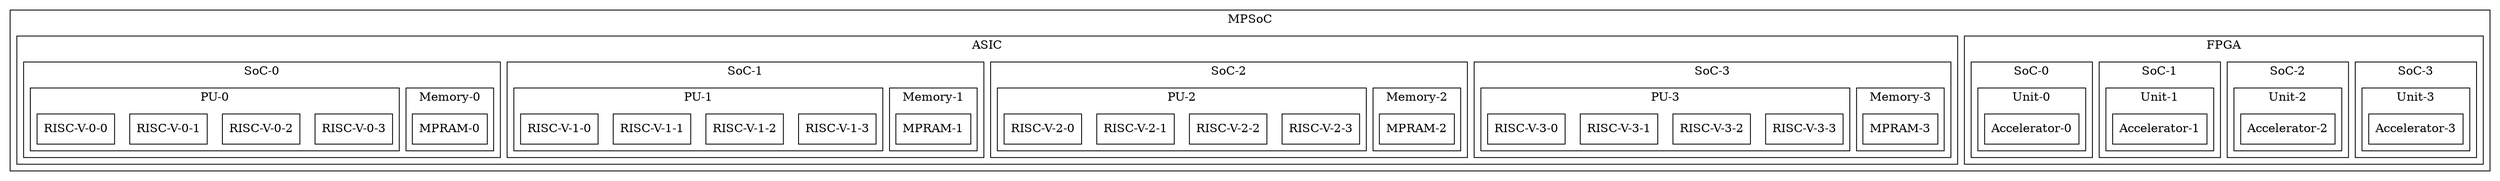
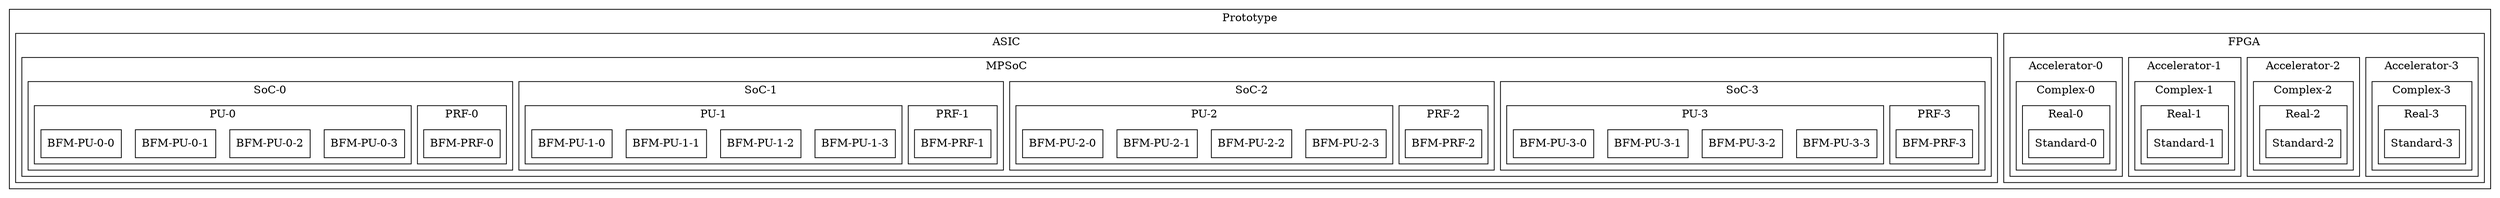
digraph Project {
  // Introduction
  graph [splines=ortho];
  node[shape=record];

  // Blocks
-   subgraph "cluster MPSoC" { label = "MPSoC";
+   subgraph "cluster Prototype" { label = "Prototype";
    subgraph "cluster FPGA" { label = "FPGA";
-       subgraph "cluster SoC3" { label = "SoC-3";
-         subgraph "cluster Unit3" {label = "Unit-3";
-           Accelerator3[shape=box, label="Accelerator-3"];
+       subgraph "cluster Accelerator3" { label = "Accelerator-3";
+         subgraph "cluster Complex3" {label = "Complex-3";
+           subgraph "cluster Real3" {label = "Real-3";
+             Standard3[shape=box, label="Standard-3"];
+           }
        }
      }
-       subgraph "cluster SoC2" { label = "SoC-2";
-         subgraph "cluster Unit2" {label = "Unit-2";
-           Accelerator2[shape=box, label="Accelerator-2"];
+       subgraph "cluster Accelerator2" { label = "Accelerator-2";
+         subgraph "cluster Complex2" {label = "Complex-2";
+           subgraph "cluster Real2" {label = "Real-2";
+             Standard2[shape=box, label="Standard-2"];
+           }
        }
      }
-       subgraph "cluster SoC1" { label = "SoC-1";
-         subgraph "cluster Unit1" {label = "Unit-1";
-           Accelerator1[shape=box, label="Accelerator-1"];
+       subgraph "cluster Accelerator1" { label = "Accelerator-1";
+         subgraph "cluster Complex1" {label = "Complex-1";
+           subgraph "cluster Real1" {label = "Real-1";
+             Standard1[shape=box, label="Standard-1"];
+           }
        }
      }
-       subgraph "cluster SoC0" { label = "SoC-0";
-         subgraph "cluster Unit0" {label = "Unit-0";
-           Accelerator0[shape=box, label="Accelerator-0"];
+       subgraph "cluster Accelerator0" { label = "Accelerator-0";
+         subgraph "cluster Complex0" {label = "Complex-0";
+           subgraph "cluster Real0" {label = "Real-0";
+             Standard0[shape=box, label="Standard-0"];
+           }
        }
      }
    }
    subgraph "cluster ASIC" { label = "ASIC";
-       subgraph "cluster SoC3" { label = "SoC-3";
-         subgraph "cluster Memory3" {label = "Memory-3";
-           MPRAM3[shape=box, label="MPRAM-3"];
+       subgraph "cluster MPSoC" { label = "MPSoC";
+         subgraph "cluster SoC3" { label = "SoC-3";
+           subgraph "cluster PRF3" {label = "PRF-3";
+             BFM_PRF3[shape=box, label="BFM-PRF-3"];
+           }
+           subgraph "cluster PU3" { label = "PU-3";
+             BFM_PU33[shape=box, label="BFM-PU-3-3"];
+             BFM_PU32[shape=box, label="BFM-PU-3-2"];
+             BFM_PU31[shape=box, label="BFM-PU-3-1"];
+             BFM_PU30[shape=box, label="BFM-PU-3-0"];
+           }
        }
-         subgraph "cluster PU3" { label = "PU-3";
-           RISCV33[shape=box, label="RISC-V-3-3"];
-           RISCV32[shape=box, label="RISC-V-3-2"];
-           RISCV31[shape=box, label="RISC-V-3-1"];
-           RISCV30[shape=box, label="RISC-V-3-0"];
+         subgraph "cluster SoC2" { label = "SoC-2";
+           subgraph "cluster PRF2" {label = "PRF-2";
+             BFM_PRF2[shape=box, label="BFM-PRF-2"];
+           }
+           subgraph "cluster PU2" { label = "PU-2";
+             BFM_PU23[shape=box, label="BFM-PU-2-3"];
+             BFM_PU22[shape=box, label="BFM-PU-2-2"];
+             BFM_PU21[shape=box, label="BFM-PU-2-1"];
+             BFM_PU20[shape=box, label="BFM-PU-2-0"];
+           }
        }
-       }
-       subgraph "cluster SoC2" { label = "SoC-2";
-         subgraph "cluster Memory2" {label = "Memory-2";
-           MPRAM2[shape=box, label="MPRAM-2"];
+         subgraph "cluster SoC1" { label = "SoC-1";
+           subgraph "cluster PRF1" {label = "PRF-1";
+             BFM_PRF1[shape=box, label="BFM-PRF-1"];
+           }
+           subgraph "cluster PU1" { label = "PU-1";
+             BFM_PU13[shape=box, label="BFM-PU-1-3"];
+             BFM_PU12[shape=box, label="BFM-PU-1-2"];
+             BFM_PU11[shape=box, label="BFM-PU-1-1"];
+             BFM_PU10[shape=box, label="BFM-PU-1-0"];
+           }
        }
-         subgraph "cluster PU2" { label = "PU-2";
-           RISCV23[shape=box, label="RISC-V-2-3"];
-           RISCV22[shape=box, label="RISC-V-2-2"];
-           RISCV21[shape=box, label="RISC-V-2-1"];
-           RISCV20[shape=box, label="RISC-V-2-0"];
-         }
-       }
-       subgraph "cluster SoC1" { label = "SoC-1";
-         subgraph "cluster Memory1" {label = "Memory-1";
-           MPRAM1[shape=box, label="MPRAM-1"];
-         }
-         subgraph "cluster PU1" { label = "PU-1";
-           RISCV13[shape=box, label="RISC-V-1-3"];
-           RISCV12[shape=box, label="RISC-V-1-2"];
-           RISCV11[shape=box, label="RISC-V-1-1"];
-           RISCV10[shape=box, label="RISC-V-1-0"];
-         }
-       }
-       subgraph "cluster SoC0" { label = "SoC-0";
-         subgraph "cluster Memory0" { label = "Memory-0";
-           MPRAM0[shape=box, label="MPRAM-0"];
-         }
-         subgraph "cluster PU0" { label = "PU-0";
-           RISCV03[shape=box, label="RISC-V-0-3"];
-           RISCV02[shape=box, label="RISC-V-0-2"];
-           RISCV01[shape=box, label="RISC-V-0-1"];
-           RISCV00[shape=box, label="RISC-V-0-0"];
+         subgraph "cluster SoC0" { label = "SoC-0";
+           subgraph "cluster PRF0" { label = "PRF-0";
+             BFM_PRF0[shape=box, label="BFM-PRF-0"];
+           }
+           subgraph "cluster PU0" { label = "PU-0";
+             BFM_PU03[shape=box, label="BFM-PU-0-3"];
+             BFM_PU02[shape=box, label="BFM-PU-0-2"];
+             BFM_PU01[shape=box, label="BFM-PU-0-1"];
+             BFM_PU00[shape=box, label="BFM-PU-0-0"];
+           }
        }
      }
    }
  }

  // Sequence
}
